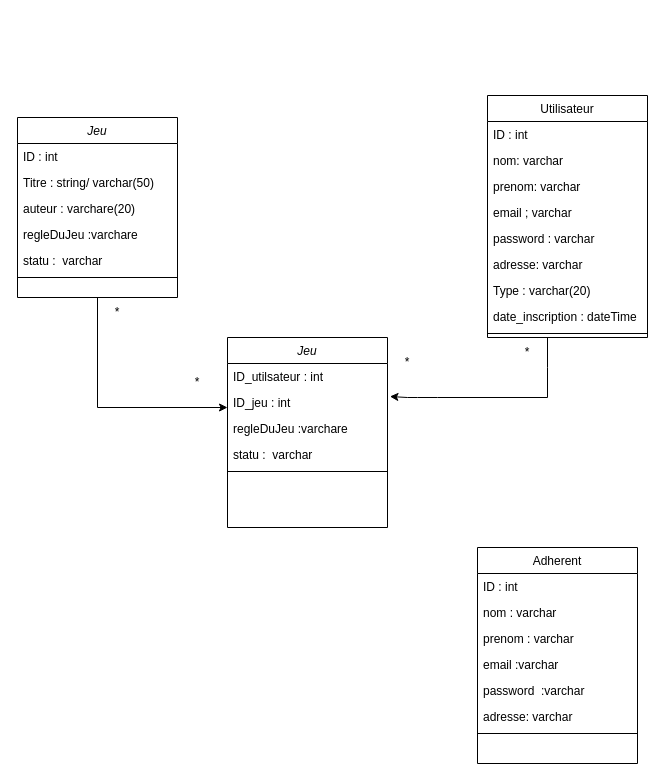
Earlier version of the draw.io diagram class_digramm_projet-java.drawio (H-deve/java-project). Source tidied: cells renumbered, new cells numbered last; positions are measured from the earlier drawing's top-left corner, leaving out a move shared by most shapes. Both pictures are drawn from the tidied source at 100%, with x=0, y=0 at pixel (17, 95).
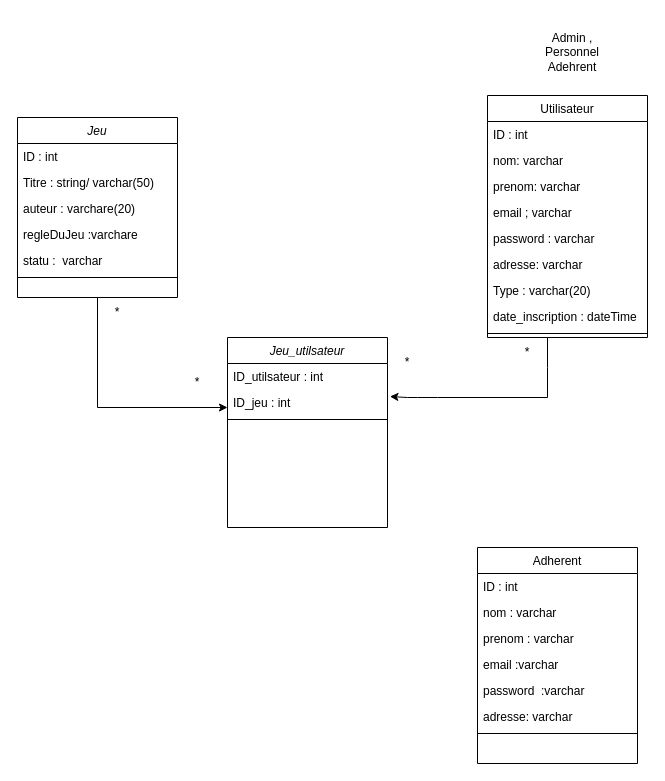
The same diagram, later.

Commit message (it also covers changes not shown here):
Mettre à jour class_digramm_projet-java.drawio

Change to the diagram source:
```diff
@@
-    <mxCell id="27" value="     Jeu         " style="swimlane;fontStyle=2;align=center;verticalAlign=top;horizontal=1;startSize=26;rounded=0;shadow=0;strokeWidth=1;" parent="1" vertex="1">
+    <mxCell id="27" value="     Jeu_utilsateur" style="swimlane;fontStyle=2;align=center;verticalAlign=top;horizontal=1;startSize=26;rounded=0;shadow=0;strokeWidth=1;" parent="1" vertex="1">
       <mxGeometry x="210" y="242" width="160" height="190" as="geometry" />
     </mxCell>
@@
-    <mxCell id="30" value="regleDuJeu :varchare" style="text;align=left;verticalAlign=top;spacingLeft=4;spacingRight=4;overflow=hidden;rounded=0;shadow=0;html=0;" parent="27" vertex="1">
-      <mxGeometry y="78" width="160" height="26" as="geometry" />
-    </mxCell>
-    <mxCell id="31" value="statu :  varchar" style="text;align=left;verticalAlign=top;spacingLeft=4;spacingRight=4;overflow=hidden;rounded=0;shadow=0;html=0;" parent="27" vertex="1">
-      <mxGeometry y="104" width="160" height="26" as="geometry" />
-    </mxCell>
     <mxCell id="32" style="line;html=1;strokeWidth=1;align=left;verticalAlign=middle;spacingTop=-1;spacingLeft=3;spacingRight=3;labelPosition=right;" parent="27" vertex="1">
-      <mxGeometry y="130" width="160" height="8" as="geometry" />
+      <mxGeometry y="78" width="160" height="8" as="geometry" />
     </mxCell>
@@
+    <mxCell id="39" value="&lt;div&gt;Admin , Personnel&lt;/div&gt;&lt;div&gt;Adehrent&lt;br&gt;&lt;/div&gt;" style="text;strokeColor=none;align=center;fillColor=none;html=1;verticalAlign=middle;whiteSpace=wrap;rounded=0;" parent="1" vertex="1">
+      <mxGeometry x="510" y="-78" width="90" height="70" as="geometry" />
+    </mxCell>
```
